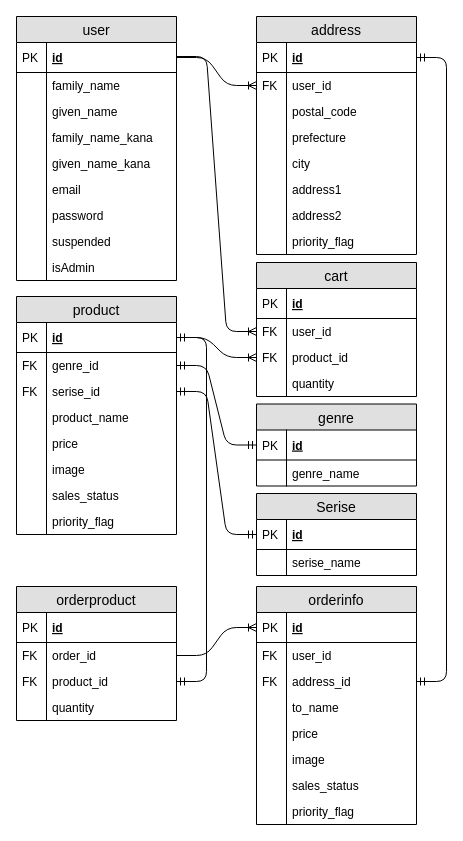
Before: Rexia-ER.drawio in besumero628/react-rails-ec, a draw.io diagram. Source tidied: cells renumbered, new cells numbered last; positions are measured from the earlier drawing's top-left corner, leaving out a move shared by most shapes. Both pictures are drawn from the tidied source at 100%, with x=0, y=0 at pixel (16, 16).
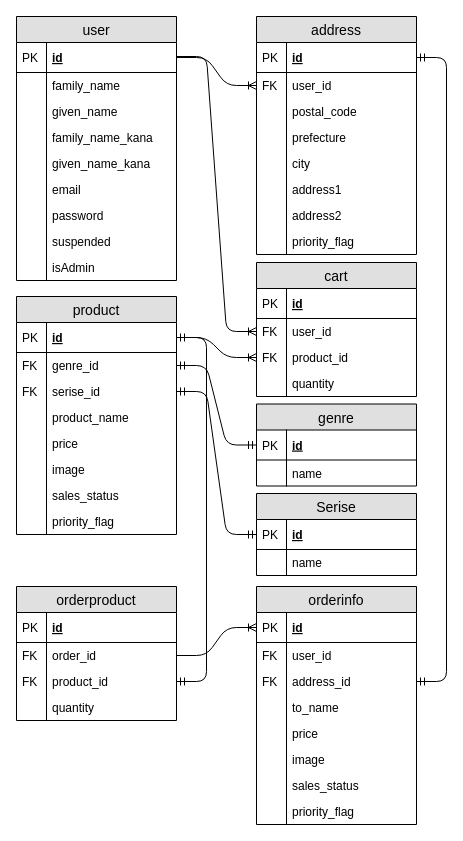
After the change.

The change refers to these unchanged cells:
```xml
<mxCell id="93" value="Serise" style="swimlane;fontStyle=0;horizontal=1;startSize=26;fillColor=#e0e0e0;swimlaneFillColor=#ffffff;align=center;fontSize=14;" parent="1" vertex="1">
  <mxGeometry x="240" y="477" width="160" height="82" as="geometry" />
</mxCell>
<mxCell id="102" value="genre" style="swimlane;fontStyle=0;horizontal=1;startSize=26;fillColor=#e0e0e0;swimlaneFillColor=#ffffff;align=center;fontSize=14;" parent="1" vertex="1">
  <mxGeometry x="240" y="387.5" width="160" height="82" as="geometry" />
</mxCell>
```

Diff of the diagram source:
```diff
@@
-    <mxCell id="96" value="serise_name" style="shape=partialRectangle;top=0;left=0;right=0;bottom=0;align=left;verticalAlign=top;fillColor=none;spacingLeft=34;spacingRight=4;overflow=hidden;fontSize=12;" parent="93" vertex="1">
+    <mxCell id="96" value="name" style="shape=partialRectangle;top=0;left=0;right=0;bottom=0;align=left;verticalAlign=top;fillColor=none;spacingLeft=34;spacingRight=4;overflow=hidden;fontSize=12;" parent="93" vertex="1">
       <mxGeometry y="56" width="160" height="26" as="geometry" />
     </mxCell>
@@
-    <mxCell id="105" value="genre_name" style="shape=partialRectangle;top=0;left=0;right=0;bottom=0;align=left;verticalAlign=top;fillColor=none;spacingLeft=34;spacingRight=4;overflow=hidden;fontSize=12;" parent="102" vertex="1">
+    <mxCell id="105" value="name" style="shape=partialRectangle;top=0;left=0;right=0;bottom=0;align=left;verticalAlign=top;fillColor=none;spacingLeft=34;spacingRight=4;overflow=hidden;fontSize=12;" parent="102" vertex="1">
       <mxGeometry y="56" width="160" height="26" as="geometry" />
     </mxCell>
```
